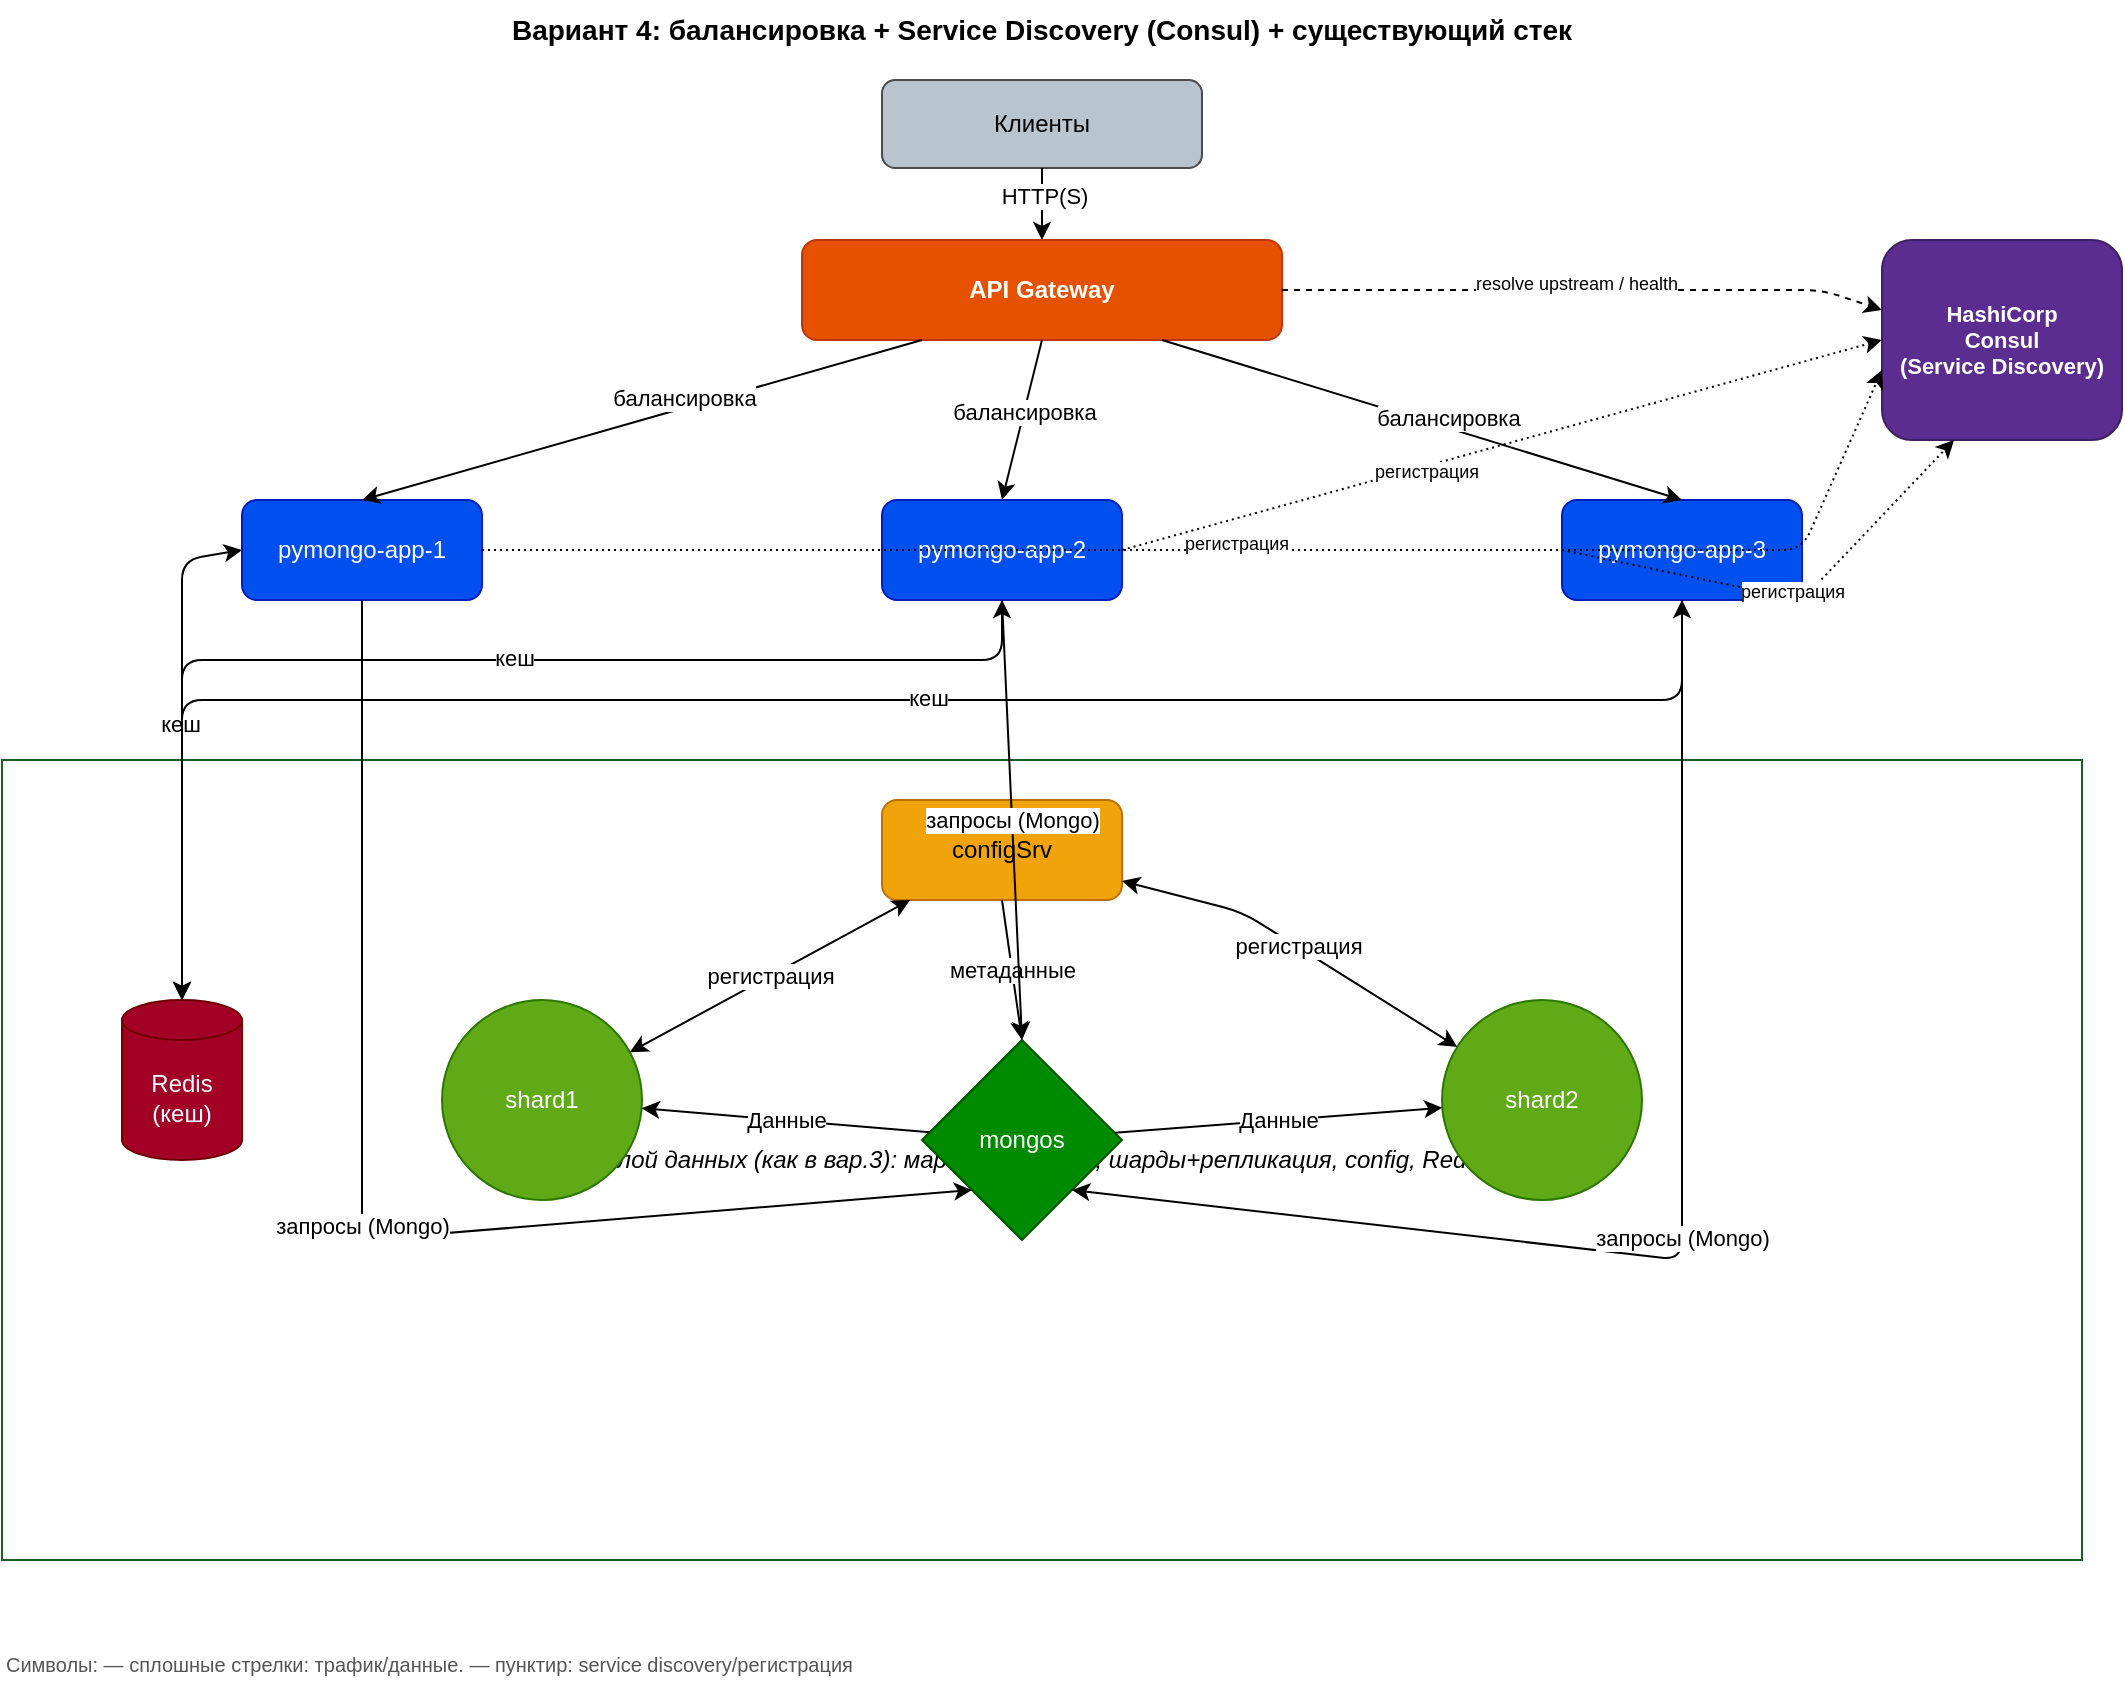
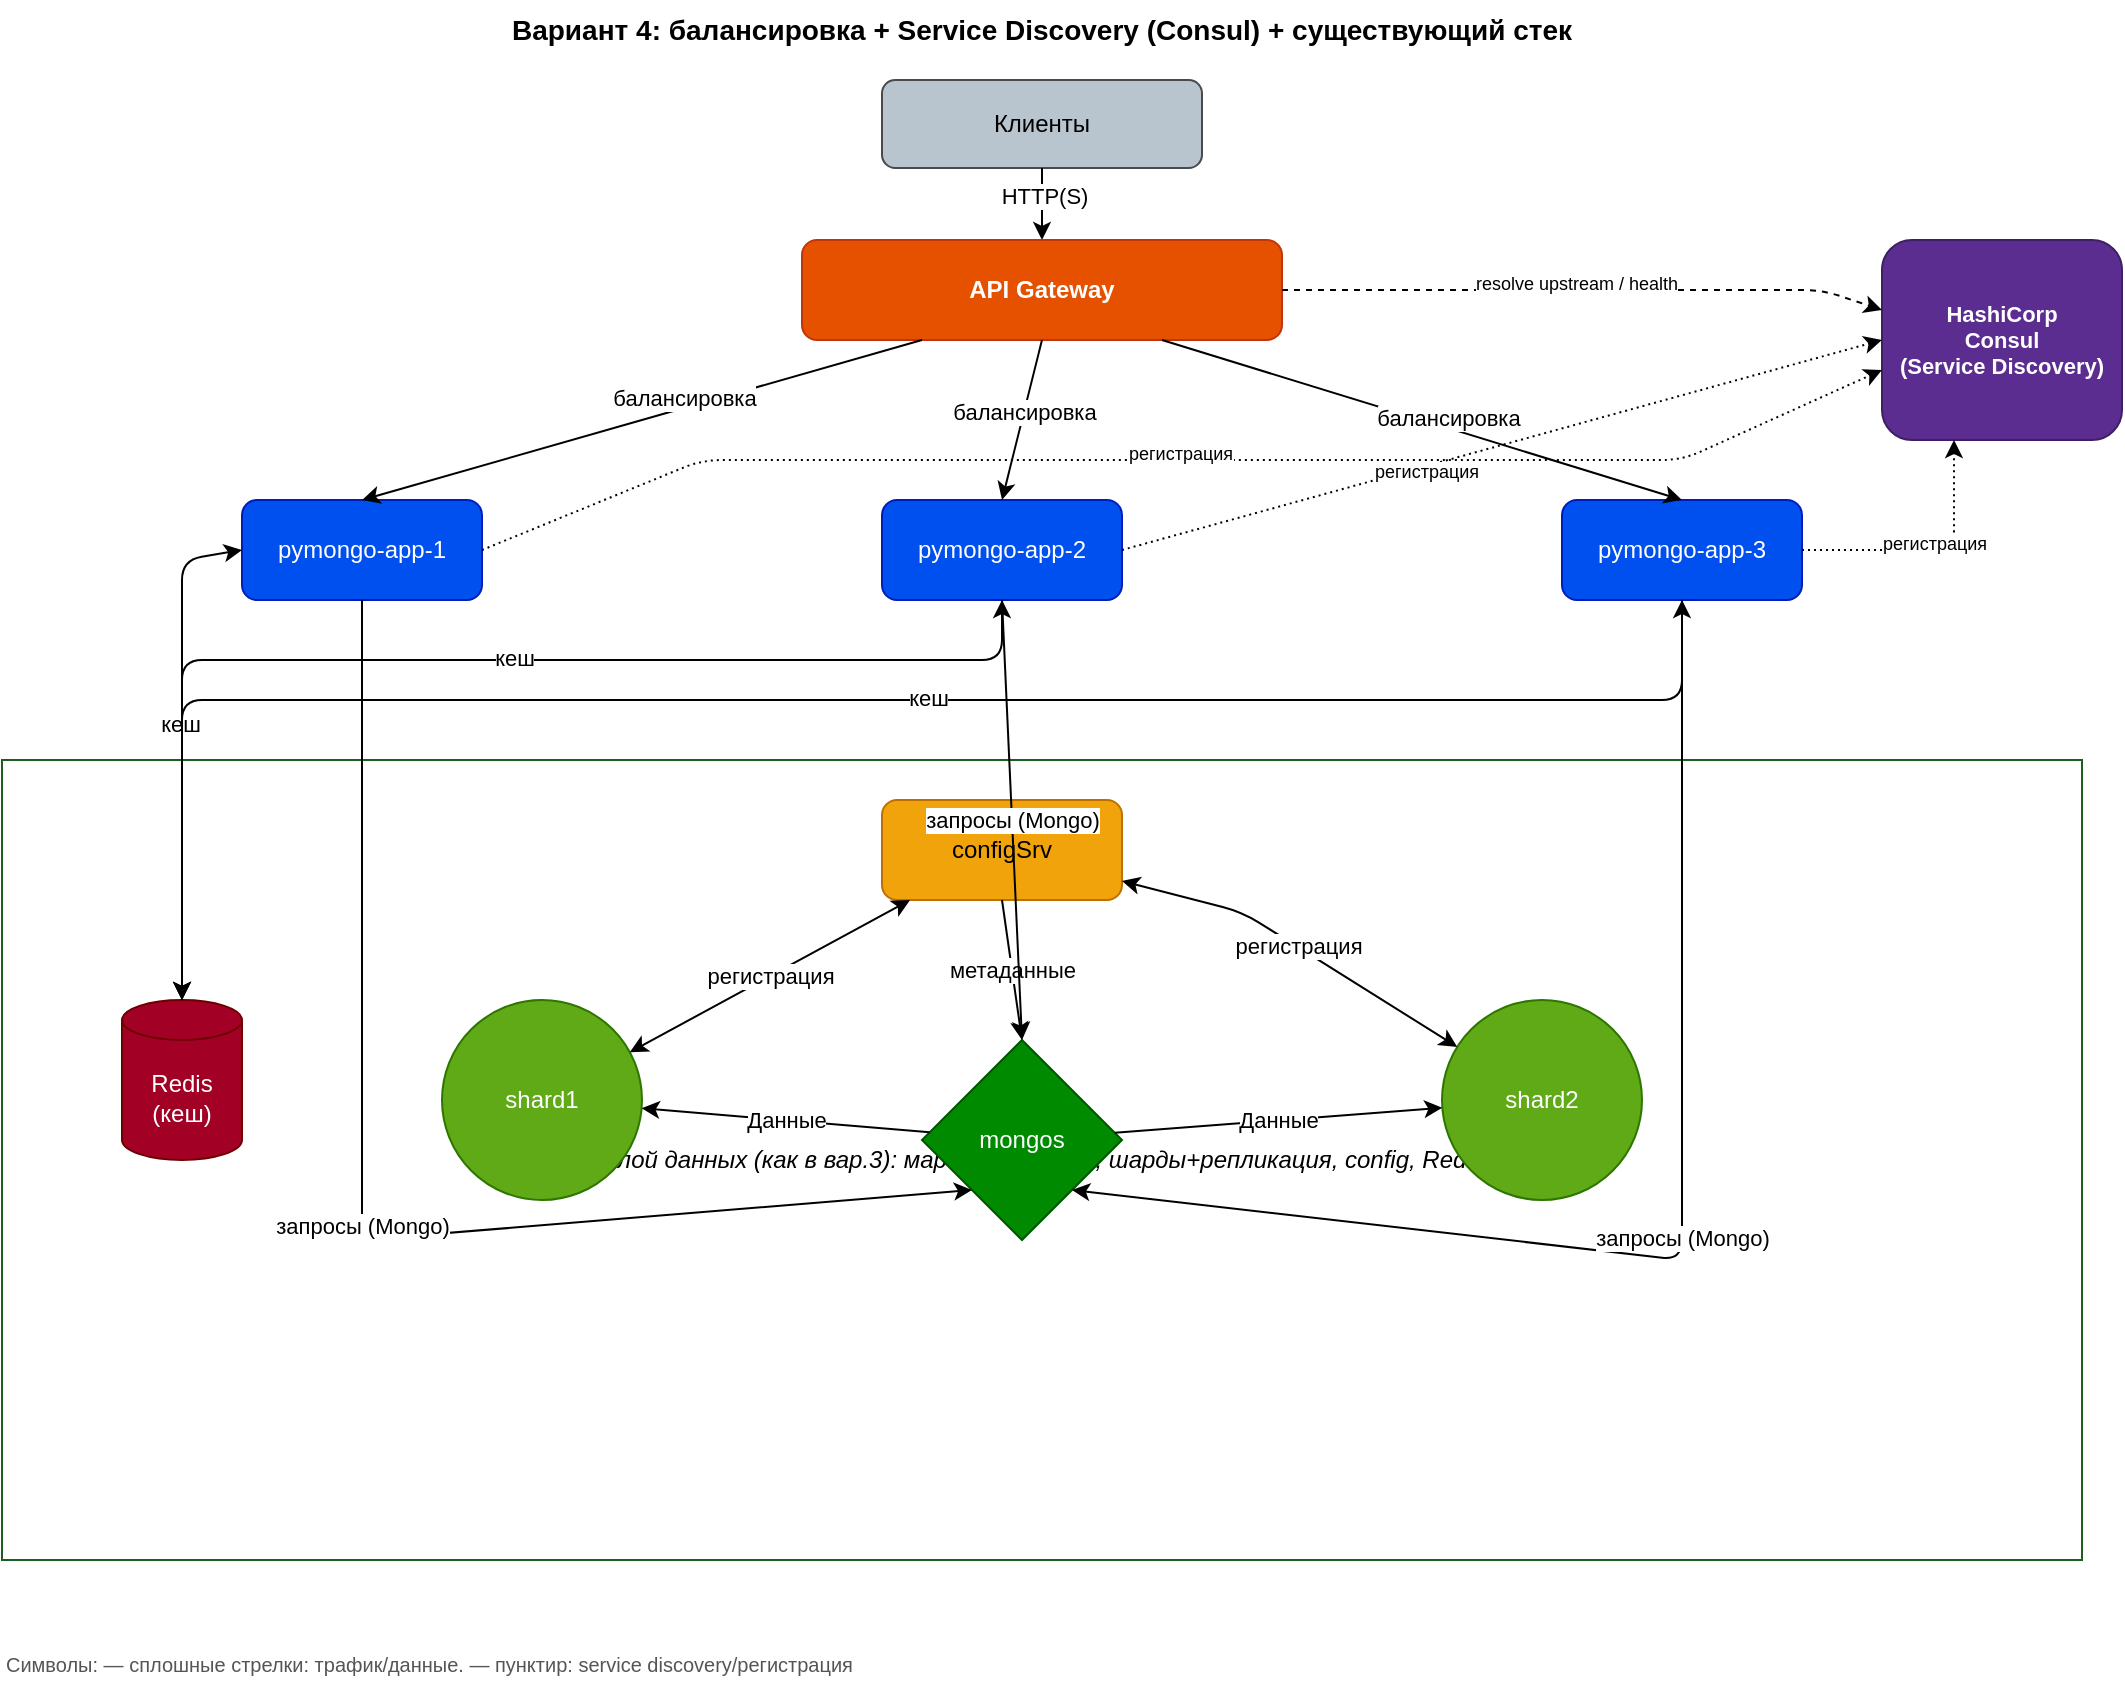
<mxfile host="65bd71144e">
    <diagram id="scheme-4" name="Вариант 4 — API Gateway, Consul, масштабирование">
-         <mxGraphModel dx="792" dy="785" grid="1" gridSize="10" guides="1" tooltips="1" connect="1" arrows="1" fold="1" page="1" pageScale="1" pageWidth="1200" pageHeight="900" math="0" shadow="0">
+         <mxGraphModel dx="594" dy="589" grid="1" gridSize="10" guides="1" tooltips="1" connect="1" arrows="1" fold="1" page="1" pageScale="1" pageWidth="1200" pageHeight="900" math="0" shadow="0">
            <root>
                <mxCell id="0"/>
                <mxCell id="1" parent="0"/>
                <mxCell id="title" value="Вариант 4: балансировка + Service Discovery (Consul) + существующий стек" style="text;html=1;strokeColor=none;fillColor=none;align=center;verticalAlign=middle;whiteSpace=wrap;rounded=0;fontSize=14;fontStyle=1" parent="1" vertex="1">
                    <mxGeometry x="200" width="800" height="30" as="geometry"/>
                </mxCell>
                <mxCell id="clients" value="Клиенты" style="rounded=1;whiteSpace=wrap;html=1;fillColor=#b8c4ce;strokeColor=#4a4a4a;" parent="1" vertex="1">
                    <mxGeometry x="520" y="40" width="160" height="44" as="geometry"/>
                </mxCell>
                <mxCell id="egw" value="" style="endArrow=classic;html=1;entryX=0.5;entryY=0;entryDx=0;entryDy=0;" parent="1" source="clients" target="gw" edge="1">
                    <mxGeometry width="50" height="50" relative="1" as="geometry">
                        <mxPoint x="400" y="200" as="sourcePoint"/>
                        <mxPoint x="450" y="150" as="targetPoint"/>
                    </mxGeometry>
                </mxCell>
                <mxCell id="elgw" value="HTTP(S)" style="edgeLabel;html=1;align=center;verticalAlign=middle;resizable=0;points=[];" parent="egw" connectable="0" vertex="1">
                    <mxGeometry x="-0.1" y="1" relative="1" as="geometry">
                        <mxPoint y="-2" as="offset"/>
                    </mxGeometry>
                </mxCell>
                <mxCell id="gw" value="API Gateway" style="rounded=1;whiteSpace=wrap;html=1;fillColor=#e65100;fontColor=#ffffff;strokeColor=#bf360c;fontSize=12;fontStyle=1" parent="1" vertex="1">
                    <mxGeometry x="480" y="120" width="240" height="50" as="geometry"/>
                </mxCell>
                <mxCell id="app1" value="pymongo-app-1" style="rounded=1;whiteSpace=wrap;html=1;fillColor=#0050ef;fontColor=#ffffff;strokeColor=#001DBC;" parent="1" vertex="1">
                    <mxGeometry x="200" y="250" width="120" height="50" as="geometry"/>
                </mxCell>
                <mxCell id="app2" value="pymongo-app-2" style="rounded=1;whiteSpace=wrap;html=1;fillColor=#0050ef;fontColor=#ffffff;strokeColor=#001DBC;" parent="1" vertex="1">
                    <mxGeometry x="520" y="250" width="120" height="50" as="geometry"/>
                </mxCell>
                <mxCell id="app3" value="pymongo-app-3" style="rounded=1;whiteSpace=wrap;html=1;fillColor=#0050ef;fontColor=#ffffff;strokeColor=#001DBC;" parent="1" vertex="1">
                    <mxGeometry x="860" y="250" width="120" height="50" as="geometry"/>
                </mxCell>
                <mxCell id="e1" value="" style="endArrow=classic;html=1;entryX=0.5;entryY=0;entryDx=0;entryDy=0;exitX=0.25;exitY=1;exitDx=0;exitDy=0;" parent="1" source="gw" target="app1" edge="1">
                    <mxGeometry relative="1" as="geometry"/>
                </mxCell>
                <mxCell id="e1l" value="балансировка" style="edgeLabel;html=1;align=center;verticalAlign=middle;resizable=0;points=[];" parent="e1" connectable="0" vertex="1">
                    <mxGeometry x="-0.2" y="1" relative="1" as="geometry">
                        <mxPoint x="-8" y="-4" as="offset"/>
                    </mxGeometry>
                </mxCell>
                <mxCell id="e2" value="" style="endArrow=classic;html=1;entryX=0.5;entryY=0;entryDx=0;entryDy=0;exitX=0.5;exitY=1;exitDx=0;exitDy=0;" parent="1" source="gw" target="app2" edge="1">
                    <mxGeometry relative="1" as="geometry"/>
                </mxCell>
                <mxCell id="e2l" value="балансировка" style="edgeLabel;html=1;align=center;verticalAlign=middle;resizable=0;points=[];" parent="e2" connectable="0" vertex="1">
                    <mxGeometry y="1" relative="1" as="geometry">
                        <mxPoint y="-4" as="offset"/>
                    </mxGeometry>
                </mxCell>
                <mxCell id="e3" value="" style="endArrow=classic;html=1;entryX=0.5;entryY=0;entryDx=0;entryDy=0;exitX=0.75;exitY=1;exitDx=0;exitDy=0;" parent="1" source="gw" target="app3" edge="1">
                    <mxGeometry relative="1" as="geometry"/>
                </mxCell>
                <mxCell id="e3l" value="балансировка" style="edgeLabel;html=1;align=center;verticalAlign=middle;resizable=0;points=[];" parent="e3" connectable="0" vertex="1">
                    <mxGeometry x="0.1" y="1" relative="1" as="geometry">
                        <mxPoint y="-4" as="offset"/>
                    </mxGeometry>
                </mxCell>
                <mxCell id="consul" value="HashiCorp&#10;Consul&#10;(Service Discovery)" style="rounded=1;whiteSpace=wrap;html=1;fillColor=#5c2d91;fontColor=#ffffff;strokeColor=#3d1f62;fontSize=11;fontStyle=1" parent="1" vertex="1">
                    <mxGeometry x="1020" y="120" width="120" height="100" as="geometry"/>
                </mxCell>
                <mxCell id="gc" value="" style="endArrow=classic;html=1;exitX=1;exitY=0.5;exitDx=0;exitDy=0;entryX=0;entryY=0.35;entryDx=0;entryDy=0;dashed=1" parent="1" source="gw" target="consul" edge="1">
                    <mxGeometry relative="1" as="geometry">
                        <Array as="points">
                            <mxPoint x="990" y="145"/>
                        </Array>
                    </mxGeometry>
                </mxCell>
                <mxCell id="gcl" value="resolve upstream / health" style="edgeLabel;html=1;align=center;verticalAlign=middle;resizable=0;points=[];fontSize=9;" parent="gc" connectable="0" vertex="1">
                    <mxGeometry y="1" relative="1" as="geometry">
                        <mxPoint x="-4" y="-2" as="offset"/>
                    </mxGeometry>
                </mxCell>
                <mxCell id="a1c" value="" style="endArrow=classic;html=1;exitX=1;exitY=0.5;exitDx=0;exitDy=0;entryX=0;entryY=0.65;entryDx=0;entryDy=0;dashed=1;dashPattern=1 2" parent="1" source="app1" target="consul" edge="1">
                    <mxGeometry relative="1" as="geometry">
                        <Array as="points">
-                             <mxPoint x="980" y="275"/>
+                             <mxPoint x="430" y="230"/>
+                             <mxPoint x="920" y="230"/>
                        </Array>
                    </mxGeometry>
                </mxCell>
                <mxCell id="a1cl" value="регистрация" style="edgeLabel;html=1;align=center;verticalAlign=middle;resizable=0;points=[];fontSize=9;" parent="a1c" connectable="0" vertex="1">
                    <mxGeometry y="1" relative="1" as="geometry">
                        <mxPoint x="-2" y="-2" as="offset"/>
                    </mxGeometry>
                </mxCell>
                <mxCell id="a2c" value="" style="endArrow=classic;html=1;exitX=1;exitY=0.5;exitDx=0;exitDy=0;entryX=0;entryY=0.5;entryDx=0;entryDy=0;dashed=1;dashPattern=1 2" parent="1" source="app2" target="consul" edge="1">
                    <mxGeometry relative="1" as="geometry"/>
                </mxCell>
                <mxCell id="a2cl" value="регистрация" style="edgeLabel;html=1;align=center;verticalAlign=middle;resizable=0;points=[];fontSize=9;" parent="a2c" connectable="0" vertex="1">
                    <mxGeometry x="-0.2" y="1" relative="1" as="geometry">
                        <mxPoint y="4" as="offset"/>
                    </mxGeometry>
                </mxCell>
-                 <mxCell id="a3c" value="" style="endArrow=classic;html=1;exitX=0;exitY=0.5;exitDx=0;exitDy=0;entryX=0.3;entryY=1;entryDx=0;entryDy=0;dashed=1;dashPattern=1 2" parent="1" source="app3" target="consul" edge="1">
+                 <mxCell id="a3c" value="" style="endArrow=classic;html=1;exitX=1;exitY=0.5;exitDx=0;exitDy=0;entryX=0.3;entryY=1;entryDx=0;entryDy=0;dashed=1;dashPattern=1 2" parent="1" source="app3" target="consul" edge="1">
                    <mxGeometry relative="1" as="geometry">
                        <Array as="points">
-                             <mxPoint x="980" y="300"/>
+                             <mxPoint x="1056" y="275"/>
                        </Array>
                    </mxGeometry>
                </mxCell>
                <mxCell id="a3cl" value="регистрация" style="edgeLabel;html=1;align=center;verticalAlign=middle;resizable=0;points=[];fontSize=9;" parent="a3c" connectable="0" vertex="1">
                    <mxGeometry y="1" relative="1" as="geometry">
                        <mxPoint y="-2" as="offset"/>
                    </mxGeometry>
                </mxCell>
                <mxCell id="dataLayer" value="Слой данных (как в вар.3): маршрутизатор, шарды+репликация, config, Redis" style="rounded=0;whiteSpace=wrap;html=1;fillColor=none;strokeColor=#1b5e20;fontStyle=2" parent="1" vertex="1">
                    <mxGeometry x="80" y="380" width="1040" height="400" as="geometry"/>
                </mxCell>
                <mxCell id="mongos" value="mongos" style="rhombus;whiteSpace=wrap;html=1;fillColor=#008a00;fontColor=#ffffff;strokeColor=#005700;" parent="1" vertex="1">
                    <mxGeometry x="540" y="520" width="100" height="100" as="geometry"/>
                </mxCell>
                <mxCell id="config" value="configSrv" style="rounded=1;whiteSpace=wrap;html=1;fillColor=#f0a30a;fontColor=#000000;strokeColor=#BD7000;" parent="1" vertex="1">
                    <mxGeometry x="520" y="400" width="120" height="50" as="geometry"/>
                </mxCell>
                <mxCell id="ec" value="метаданные" style="endArrow=classic;html=1;exitX=0.5;exitY=1;exitDx=0;exitDy=0;entryX=0.5;entryY=0;entryDx=0;entryDy=0;entryPerimeter=0" parent="1" source="config" target="mongos" edge="1">
                    <mxGeometry relative="1" as="geometry"/>
                </mxCell>
                <mxCell id="ec2src" value="shard1" style="ellipse;whiteSpace=wrap;html=1;fillColor=#60a917;fontColor=#ffffff;strokeColor=#2D7600;" parent="1" vertex="1">
                    <mxGeometry x="300" y="500" width="100" height="100" as="geometry"/>
                </mxCell>
                <mxCell id="ec2src2" value="shard2" style="ellipse;whiteSpace=wrap;html=1;fillColor=#60a917;fontColor=#ffffff;strokeColor=#2D7600;" parent="1" vertex="1">
                    <mxGeometry x="800" y="500" width="100" height="100" as="geometry"/>
                </mxCell>
                <mxCell id="ec2a" value="регистрация" style="endArrow=classic;html=1;startArrow=classic;startFill=1;endFill=1;" parent="1" source="ec2src" target="config" edge="1">
                    <mxGeometry relative="1" as="geometry"/>
                </mxCell>
                <mxCell id="ec2b" value="регистрация" style="endArrow=classic;html=1;startArrow=classic;startFill=1;endFill=1;" parent="1" source="ec2src2" target="config" edge="1">
                    <mxGeometry relative="1" as="geometry">
                        <Array as="points">
                            <mxPoint x="700" y="456"/>
                        </Array>
                    </mxGeometry>
                </mxCell>
                <mxCell id="eappm1" value="запросы (Mongo)" style="endArrow=classic;html=1;entryX=0;entryY=1;entryDx=0;entryDy=0;exitX=0.5;exitY=1;exitDx=0;exitDy=0" parent="1" source="app1" target="mongos" edge="1">
                    <mxGeometry relative="1" as="geometry">
                        <Array as="points">
                            <mxPoint x="260" y="620"/>
                        </Array>
                    </mxGeometry>
                </mxCell>
                <mxCell id="eappm2" value="запросы (Mongo)" style="endArrow=classic;html=1;entryX=0.5;entryY=0;entryDx=0;entryDy=0;exitX=0.5;exitY=1;exitDx=0;exitDy=0" parent="1" source="app2" target="mongos" edge="1">
                    <mxGeometry relative="1" as="geometry"/>
                </mxCell>
                <mxCell id="eappm3" value="запросы (Mongo)" style="endArrow=classic;html=1;exitX=0.5;exitY=1;exitDx=0;exitDy=0;entryX=1;entryY=1;entryDx=0;entryDy=0;" parent="1" source="app3" target="mongos" edge="1">
                    <mxGeometry relative="1" as="geometry">
                        <Array as="points">
                            <mxPoint x="920" y="630"/>
                        </Array>
                        <mxPoint x="570" y="620" as="targetPoint"/>
                    </mxGeometry>
                </mxCell>
                <mxCell id="ed1" value="Данные" style="endArrow=classic;html=1" parent="1" source="mongos" target="ec2src" edge="1">
                    <mxGeometry relative="1" as="geometry"/>
                </mxCell>
                <mxCell id="ed2" value="Данные" style="endArrow=classic;html=1" parent="1" source="mongos" target="ec2src2" edge="1">
                    <mxGeometry relative="1" as="geometry"/>
                </mxCell>
                <mxCell id="redis" value="Redis&#10;(кеш)" style="shape=cylinder3;whiteSpace=wrap;html=1;boundedLbl=1;backgroundOutline=1;size=10;fillColor=#a20025;strokeColor=#6F0000;fontColor=#ffffff;" parent="1" vertex="1">
                    <mxGeometry x="140" y="500" width="60" height="80" as="geometry"/>
                </mxCell>
                <mxCell id="er" value="кеш" style="endArrow=classic;html=1;startArrow=classic;startFill=1;exitX=0;exitY=0.5;exitDx=0;exitDy=0;entryX=0.5;entryY=0;entryDx=0;entryDy=0;endFill=1" parent="1" source="app1" target="redis" edge="1">
                    <mxGeometry x="-0.1" y="-1" relative="1" as="geometry">
                        <Array as="points">
                            <mxPoint x="170" y="280"/>
                        </Array>
                    </mxGeometry>
                </mxCell>
                <mxCell id="er2" value="кеш" style="endArrow=classic;html=1;startArrow=classic;startFill=1;exitX=0.5;exitY=1;entryX=0.5;entryY=0" parent="1" source="app2" target="redis" edge="1">
                    <mxGeometry x="-0.1" y="-1" relative="1" as="geometry">
                        <Array as="points">
                            <mxPoint x="580" y="330"/>
                            <mxPoint x="170" y="330"/>
                        </Array>
                    </mxGeometry>
                </mxCell>
                <mxCell id="er3" value="кеш" style="endArrow=classic;html=1;startArrow=classic;startFill=1;exitX=0.5;exitY=1;entryX=0.5;entryY=0" parent="1" source="app3" target="redis" edge="1">
                    <mxGeometry x="-0.1" y="-1" relative="1" as="geometry">
                        <Array as="points">
                            <mxPoint x="920" y="350"/>
                            <mxPoint x="170" y="350"/>
                        </Array>
                    </mxGeometry>
                </mxCell>
                <mxCell id="leg" value="Символы: — сплошные стрелки: трафик/данные. — пунктир: service discovery/регистрация" style="text;html=1;align=left;fillColor=none;strokeColor=none;fontSize=10;fontColor=#555555" parent="1" vertex="1">
                    <mxGeometry x="80" y="820" width="900" height="30" as="geometry"/>
                </mxCell>
            </root>
        </mxGraphModel>
    </diagram>
</mxfile>